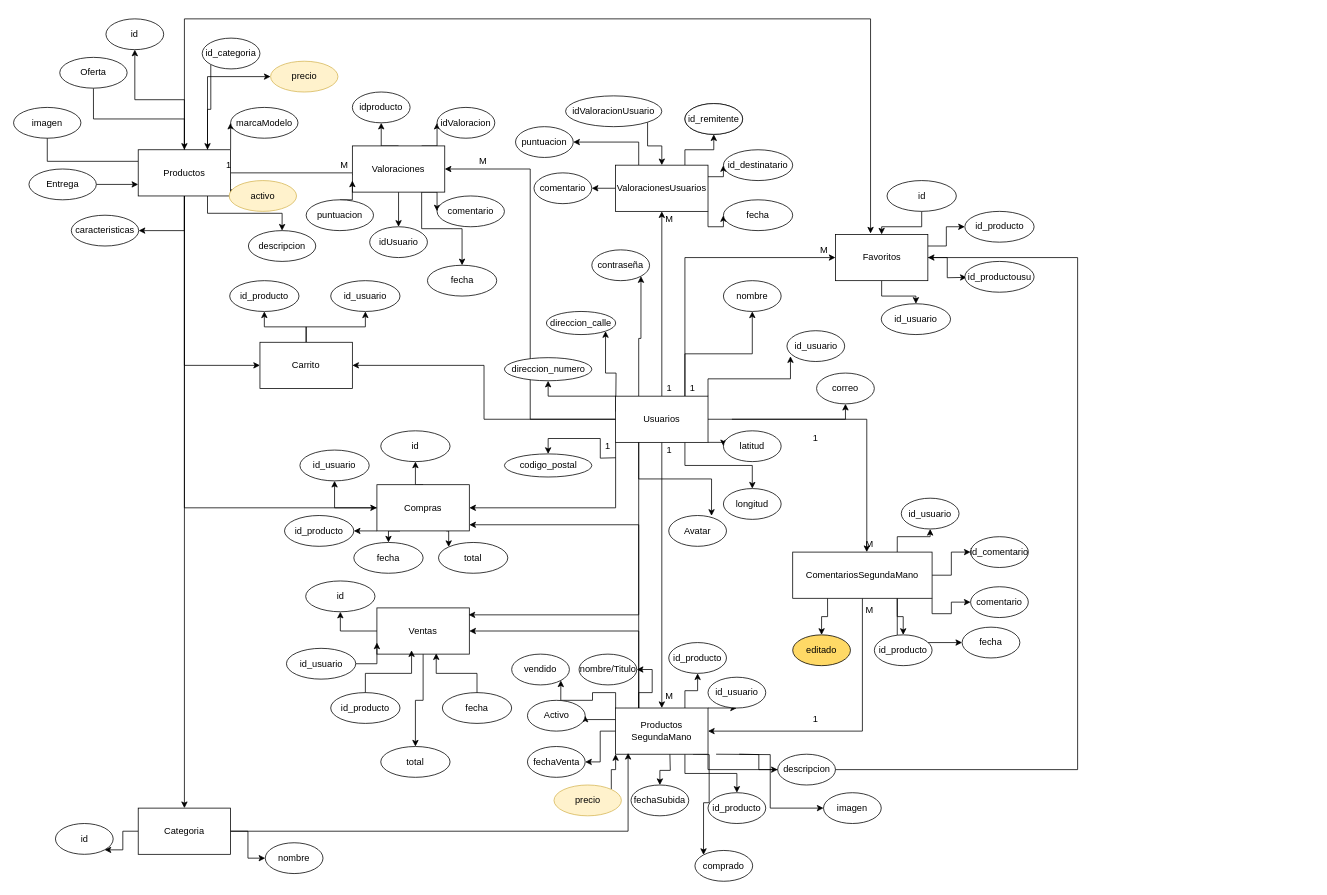
The draw.io diagram TFG.drawio in robertobordera/DigitalStore, before the edit. Source tidied: cells renumbered, new cells numbered last; positions are measured from the earlier drawing's top-left corner, leaving out a move shared by most shapes. Both pictures are drawn from the tidied source at 77%, with x=0, y=0 at pixel (13, 18).
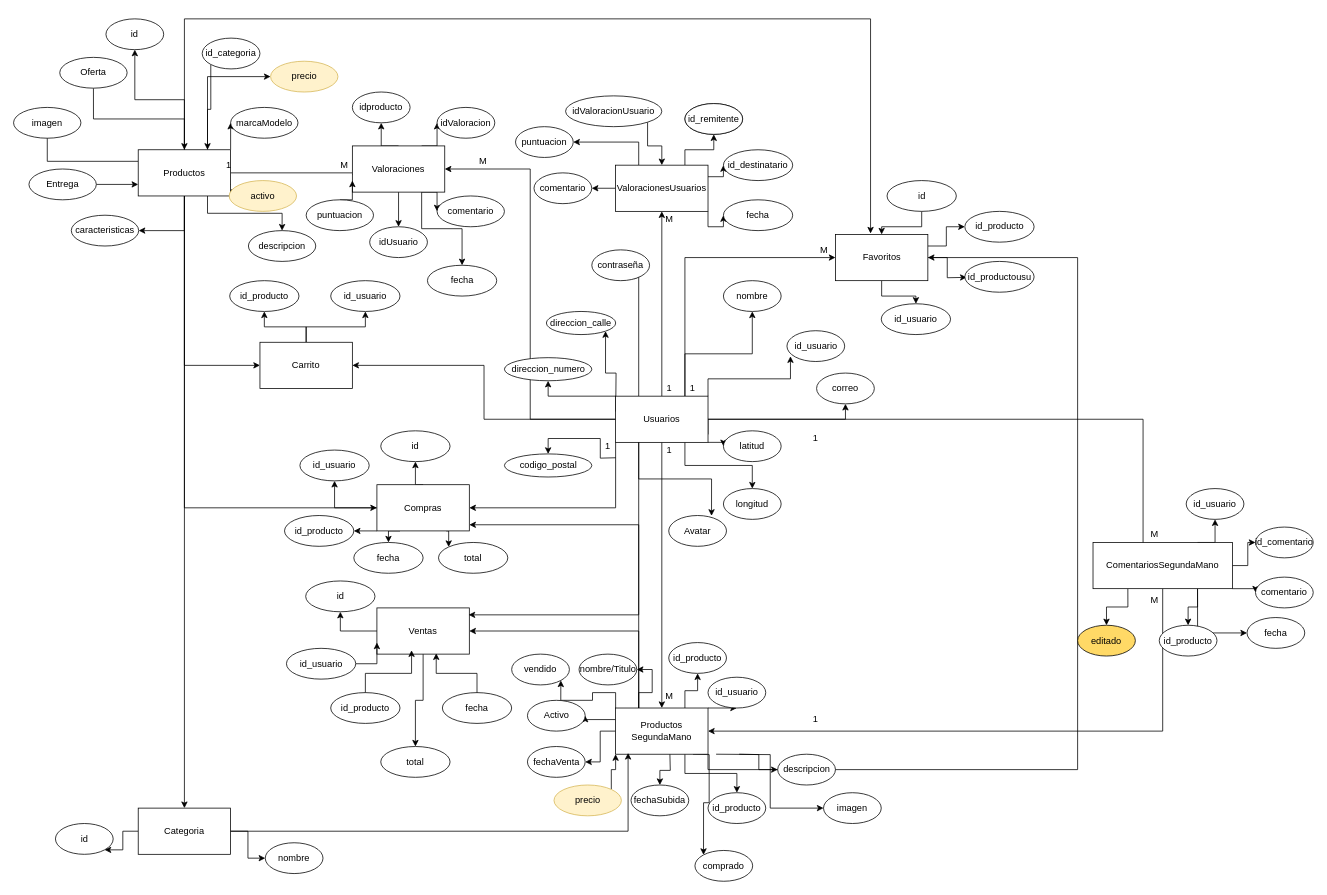
The same page after the edit.

The change refers to these unchanged cells:
```xml
<mxCell id="35" value="Usuarios" style="rounded=0;whiteSpace=wrap;html=1;" parent="1" vertex="1">
  <mxGeometry x="782" y="490" width="120" height="60" as="geometry" />
</mxCell>
<mxCell id="102" value="contraseña" style="ellipse;whiteSpace=wrap;html=1;" parent="1" vertex="1">
  <mxGeometry x="751.1" y="300" width="75" height="40" as="geometry" />
</mxCell>
```

Diff of the diagram source:
```diff
@@
-    <mxCell id="23" style="edgeStyle=orthogonalEdgeStyle;rounded=0;orthogonalLoop=1;jettySize=auto;html=1;exitX=1;exitY=0.5;exitDx=0;exitDy=0;entryX=0.25;entryY=0;entryDx=0;entryDy=0;" parent="1" edge="1">
+    <mxCell id="23" style="edgeStyle=orthogonalEdgeStyle;rounded=0;orthogonalLoop=1;jettySize=auto;html=1;exitX=1.042;exitY=0.628;exitDx=0;exitDy=0;entryX=0.25;entryY=0;entryDx=0;entryDy=0;exitPerimeter=0;" parent="1" edge="1">
       <mxGeometry relative="1" as="geometry">
-        <mxPoint x="933" y="520" as="sourcePoint" />
-        <mxPoint x="1108.2" y="692.5" as="targetPoint" />
+        <mxPoint x="902" y="539.7" as="sourcePoint" />
+        <mxPoint x="1467" y="692" as="targetPoint" />
         <Array as="points">
-          <mxPoint x="1108" y="520" />
+          <mxPoint x="902" y="520" />
+          <mxPoint x="1467" y="520" />
         </Array>
       </mxGeometry>
     </mxCell>
@@
     <mxCell id="25" style="edgeStyle=orthogonalEdgeStyle;rounded=0;jettySize=auto;html=1;exitX=0.25;exitY=0;exitDx=0;exitDy=0;entryX=1;entryY=1;entryDx=0;entryDy=0;" parent="1" edge="1" source="35" target="102">
-      <mxGeometry relative="1" as="geometry" />
+      <mxGeometry relative="1" as="geometry">
+        <Array as="points">
+          <mxPoint x="812" y="334" />
+        </Array>
+      </mxGeometry>
     </mxCell>
@@
     <mxCell id="71" value="ComentariosSegundaMano" style="rounded=0;whiteSpace=wrap;html=1;" parent="1" vertex="1">
-      <mxGeometry x="1012" y="692.5" width="181" height="60" as="geometry" />
+      <mxGeometry x="1402" y="680" width="181" height="60" as="geometry" />
     </mxCell>
     <mxCell id="72" value="M" style="text;html=1;align=center;verticalAlign=middle;whiteSpace=wrap;rounded=0;" parent="1" vertex="1">
-      <mxGeometry x="1102" y="677.5" width="20" height="10" as="geometry" />
+      <mxGeometry x="1472" y="665" width="20" height="10" as="geometry" />
     </mxCell>
@@
     <mxCell id="74" value="M" style="text;html=1;align=center;verticalAlign=middle;whiteSpace=wrap;rounded=0;" parent="1" vertex="1">
-      <mxGeometry x="1102" y="762.5" width="20" height="10" as="geometry" />
+      <mxGeometry x="1472" y="750" width="20" height="10" as="geometry" />
     </mxCell>
@@
     <mxCell id="119" value="id_usuario" style="ellipse;whiteSpace=wrap;html=1;" parent="1" vertex="1">
-      <mxGeometry x="1153" y="622.5" width="75" height="40" as="geometry" />
+      <mxGeometry x="1523" y="610" width="75" height="40" as="geometry" />
     </mxCell>
@@
     <mxCell id="121" value="id_producto" style="ellipse;whiteSpace=wrap;html=1;" parent="1" vertex="1">
-      <mxGeometry x="1118" y="800" width="75" height="40" as="geometry" />
+      <mxGeometry x="1488" y="787.5" width="75" height="40" as="geometry" />
     </mxCell>
     <mxCell id="122" value="id_comentario" style="ellipse;whiteSpace=wrap;html=1;" parent="1" vertex="1">
-      <mxGeometry x="1243" y="672.5" width="75" height="40" as="geometry" />
+      <mxGeometry x="1613" y="660" width="75" height="40" as="geometry" />
     </mxCell>
     <mxCell id="123" value="comentario" style="ellipse;whiteSpace=wrap;html=1;" parent="1" vertex="1">
-      <mxGeometry x="1243" y="737.5" width="75" height="40" as="geometry" />
+      <mxGeometry x="1613" y="725" width="75" height="40" as="geometry" />
     </mxCell>
@@
     <mxCell id="163" value="fecha" style="ellipse;whiteSpace=wrap;html=1;" parent="1" vertex="1">
-      <mxGeometry x="1232" y="790" width="75" height="40" as="geometry" />
+      <mxGeometry x="1602" y="777.5" width="75" height="40" as="geometry" />
     </mxCell>
@@
     <mxCell id="176" value="editado" style="ellipse;whiteSpace=wrap;html=1;fillColor=#FFD966;" parent="1" vertex="1">
-      <mxGeometry x="1012" y="800" width="75" height="40" as="geometry" />
+      <mxGeometry x="1382" y="787.5" width="75" height="40" as="geometry" />
     </mxCell>
```
